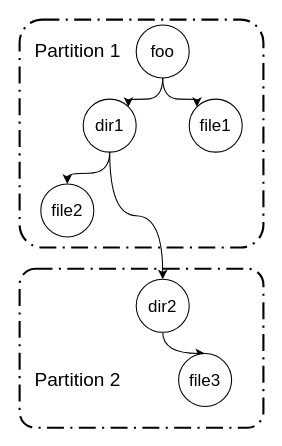
Before: chubaofs/src/concurrent_meta_operations.drawio in shuoranliu/drawio, a draw.io diagram. Source tidied: cells renumbered, new cells numbered last; positions are measured from the earlier drawing's top-left corner, leaving out a move shared by most shapes. Both pictures are drawn from the tidied source at 106%, with x=0, y=0 at pixel (19, 19).
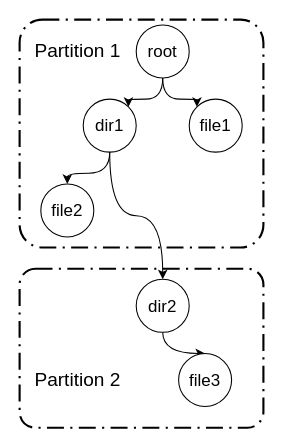
Above is the later version.

Change to the diagram source:
```diff
@@
 <mxGraphModel>
   <root>
     <mxCell id="0" />
     <mxCell id="1" parent="0" />
     <mxCell id="2" style="rounded=1;arcSize=10;dashed=1;strokeColor=#000000;fillColor=none;gradientColor=none;dashPattern=8 3 1 3;strokeWidth=2;" parent="1" vertex="1">
       <mxGeometry y="235" width="230" height="150" as="geometry" />
     </mxCell>
     <mxCell id="3" style="rounded=1;arcSize=10;dashed=1;strokeColor=#000000;fillColor=none;gradientColor=none;dashPattern=8 3 1 3;strokeWidth=2;" parent="1" vertex="1">
       <mxGeometry width="230" height="215" as="geometry" />
     </mxCell>
     <mxCell id="4" style="edgeStyle=orthogonalEdgeStyle;jettySize=auto;html=1;entryX=1;entryY=0;entryDx=0;entryDy=0;curved=1;" parent="1" edge="1" source="6" target="9">
       <mxGeometry relative="1" as="geometry" />
     </mxCell>
     <mxCell id="5" style="edgeStyle=orthogonalEdgeStyle;curved=1;jettySize=auto;html=1;entryX=0;entryY=0;entryDx=0;entryDy=0;" parent="1" edge="1" source="6" target="10">
       <mxGeometry relative="1" as="geometry" />
     </mxCell>
-    <mxCell id="6" value="&lt;font style=&quot;font-size: 16px&quot;&gt;foo&lt;/font&gt;" style="ellipse;whiteSpace=wrap;html=1;" parent="1" vertex="1">
+    <mxCell id="6" value="&lt;font style=&quot;font-size: 16px&quot;&gt;root&lt;/font&gt;" style="ellipse;whiteSpace=wrap;html=1;" parent="1" vertex="1">
       <mxGeometry x="110" y="5" width="50" height="50" as="geometry" />
     </mxCell>
     <mxCell id="7" style="edgeStyle=orthogonalEdgeStyle;curved=1;jettySize=auto;html=1;entryX=0.5;entryY=0;entryDx=0;entryDy=0;" parent="1" edge="1" source="9" target="11">
       <mxGeometry relative="1" as="geometry" />
     </mxCell>
     <mxCell id="8" style="edgeStyle=orthogonalEdgeStyle;curved=1;jettySize=auto;html=1;" parent="1" edge="1" source="9" target="13">
       <mxGeometry relative="1" as="geometry" />
     </mxCell>
     <mxCell id="9" value="&lt;font style=&quot;font-size: 16px&quot;&gt;dir1&lt;/font&gt;" style="ellipse;whiteSpace=wrap;html=1;" parent="1" vertex="1">
       <mxGeometry x="60" y="75" width="50" height="50" as="geometry" />
     </mxCell>
     <mxCell id="10" value="&lt;font style=&quot;font-size: 16px&quot;&gt;file1&lt;/font&gt;" style="ellipse;whiteSpace=wrap;html=1;" parent="1" vertex="1">
       <mxGeometry x="160" y="75" width="50" height="50" as="geometry" />
     </mxCell>
     <mxCell id="11" value="&lt;font style=&quot;font-size: 16px&quot;&gt;file2&lt;/font&gt;" style="ellipse;whiteSpace=wrap;html=1;" parent="1" vertex="1">
       <mxGeometry x="20" y="155" width="50" height="50" as="geometry" />
     </mxCell>
     <mxCell id="12" style="edgeStyle=orthogonalEdgeStyle;curved=1;jettySize=auto;html=1;entryX=0.5;entryY=0;entryDx=0;entryDy=0;" parent="1" edge="1" source="13" target="14">
       <mxGeometry relative="1" as="geometry" />
     </mxCell>
     <mxCell id="13" value="&lt;font style=&quot;font-size: 16px&quot;&gt;dir2&lt;/font&gt;" style="ellipse;whiteSpace=wrap;html=1;" parent="1" vertex="1">
       <mxGeometry x="110" y="245" width="50" height="50" as="geometry" />
     </mxCell>
     <mxCell id="14" value="&lt;font style=&quot;font-size: 16px&quot;&gt;file3&lt;/font&gt;" style="ellipse;whiteSpace=wrap;html=1;" parent="1" vertex="1">
       <mxGeometry x="150" y="315" width="50" height="50" as="geometry" />
     </mxCell>
     <mxCell id="15" value="&lt;font style=&quot;font-size: 18px&quot;&gt;Partition 1&lt;/font&gt;" style="text;html=1;strokeColor=none;fillColor=none;align=center;verticalAlign=middle;whiteSpace=wrap;rounded=0;" parent="1" vertex="1">
       <mxGeometry x="10" y="20" width="90" height="20" as="geometry" />
     </mxCell>
     <mxCell id="16" value="&lt;font style=&quot;font-size: 18px&quot;&gt;Partition 2&lt;/font&gt;" style="text;html=1;strokeColor=none;fillColor=none;align=center;verticalAlign=middle;whiteSpace=wrap;rounded=0;" parent="1" vertex="1">
       <mxGeometry x="10" y="330" width="90" height="20" as="geometry" />
     </mxCell>
   </root>
 </mxGraphModel>
```
